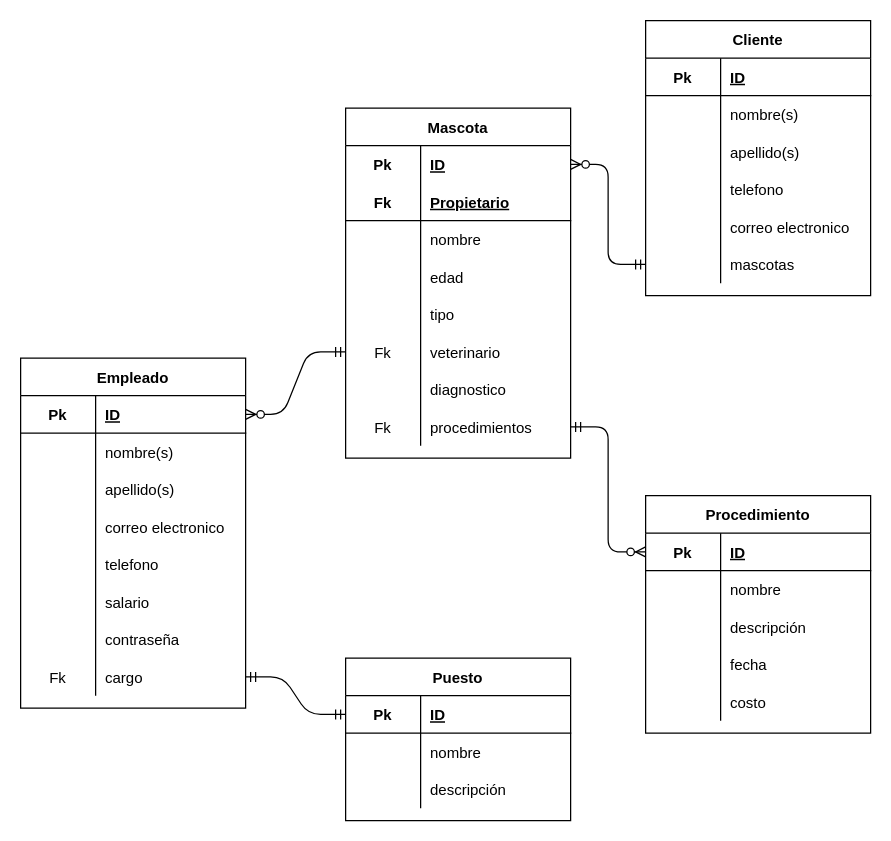
The draw.io diagram page "modeloEntidadRelacion" (2 of 3) of Diagramas.drawio in NataliaPerez08/proyectoETE, before the edit. Source tidied: cells renumbered, new cells numbered last; positions are measured from the earlier drawing's top-left corner, leaving out a move shared by most shapes. Both pictures are drawn from the tidied source at 125%, with x=0, y=0 at pixel (20, 20).
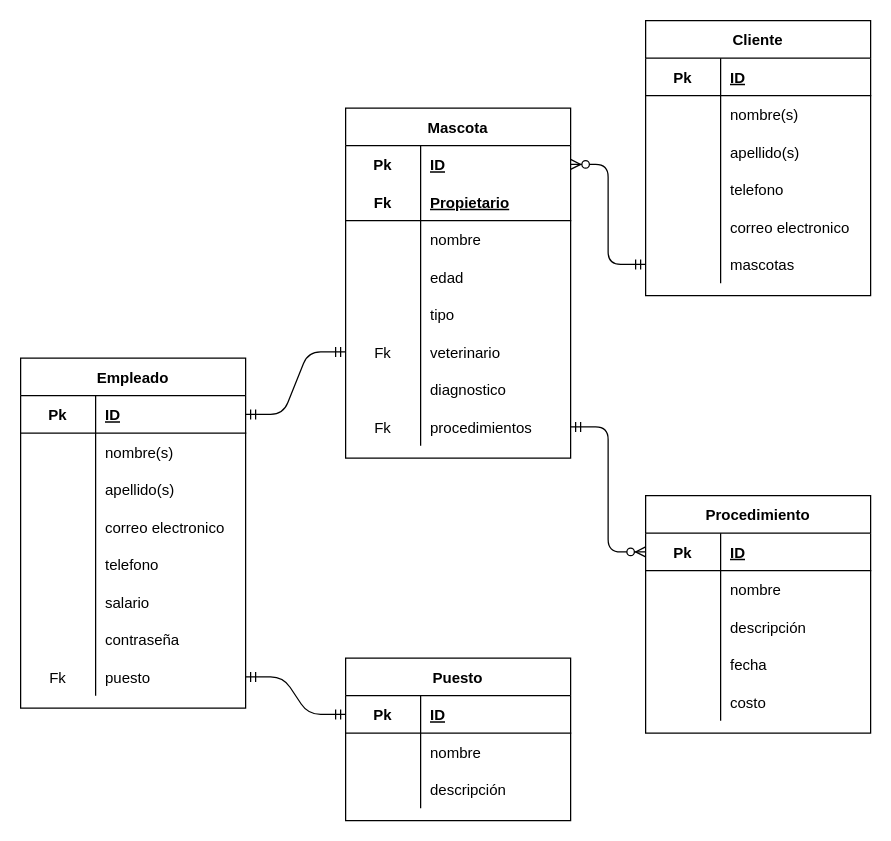
The same page after the edit.

The change refers to these unchanged cells:
```xml
<mxCell id="22" style="shape=partialRectangle;fillColor=none;top=0;left=0;bottom=1;right=0;points=[[0,0.5],[1,0.5]];portConstraint=eastwest;" parent="21" vertex="1">
  <mxGeometry y="30" width="180" height="30" as="geometry" />
</mxCell>
<mxCell id="43" style="shape=partialRectangle;fillColor=none;top=0;left=0;bottom=0;right=0;points=[[0,0.5],[1,0.5]];portConstraint=eastwest;" parent="21" vertex="1">
  <mxGeometry y="240" width="180" height="30" as="geometry" />
</mxCell>
<mxCell id="78" style="shape=partialRectangle;fillColor=none;top=0;left=0;bottom=0;right=0;points=[[0,0.5],[1,0.5]];portConstraint=eastwest;" parent="62" vertex="1">
  <mxGeometry y="180" width="180" height="30" as="geometry" />
</mxCell>
```

The edit, as a diff of the source:
```diff
@@
-    <mxCell id="45" value="cargo" style="shape=partialRectangle;fillColor=none;top=0;left=0;bottom=0;right=0;align=left;spacingLeft=6;overflow=hidden;" parent="43" vertex="1">
+    <mxCell id="45" value="puesto" style="shape=partialRectangle;fillColor=none;top=0;left=0;bottom=0;right=0;align=left;spacingLeft=6;overflow=hidden;" parent="43" vertex="1">
       <mxGeometry x="60" width="120" height="30" as="geometry" />
     </mxCell>
@@
-    <mxCell id="89" style="edgeStyle=entityRelationEdgeStyle;fontSize=12;html=1;endArrow=ERzeroToMany;startArrow=ERmandOne;exitX=0;exitY=0.5;exitDx=0;exitDy=0;entryX=1;entryY=0.5;entryDx=0;entryDy=0;" parent="1" edge="1" source="78" target="22">
-      <mxGeometry relative="1" as="geometry" />
-    </mxCell>
@@
+    <mxCell id="101" style="edgeStyle=entityRelationEdgeStyle;fontSize=12;html=1;endArrow=ERmandOne;startArrow=ERmandOne;exitX=1;exitY=0.5;exitDx=0;exitDy=0;" parent="1" edge="1" source="22" target="78">
+      <mxGeometry relative="1" as="geometry" />
+    </mxCell>
```
